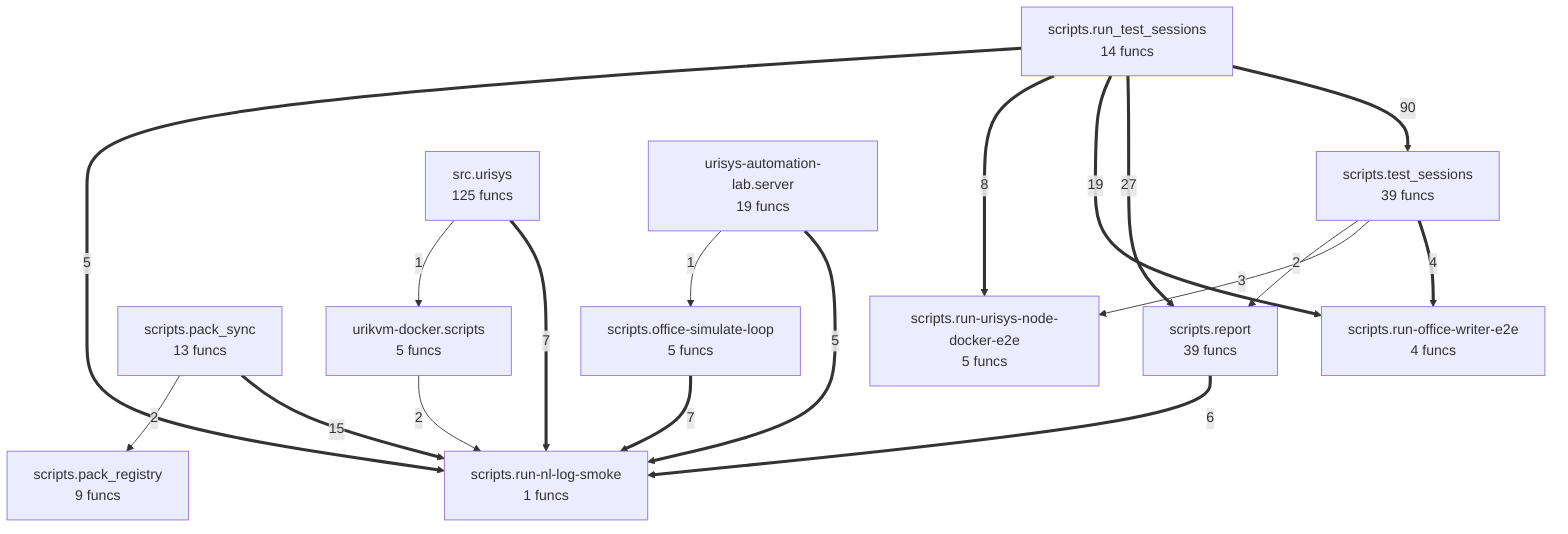
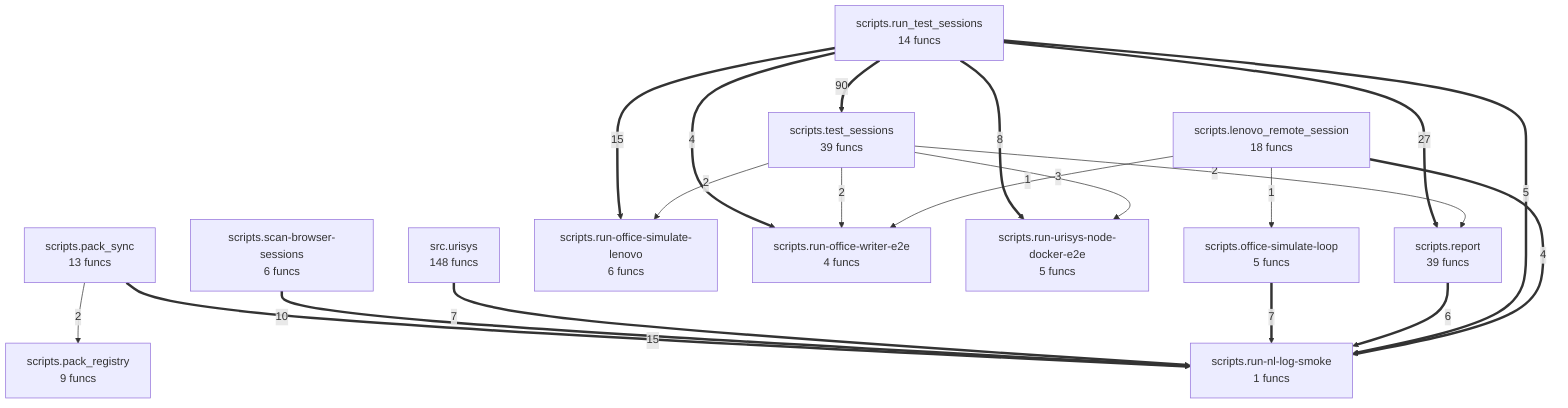
flowchart TD
%% generated in 0.01s
+     scripts__lenovo_remote_session["scripts.lenovo_remote_session<br/>18 funcs"]
    scripts__office_simulate_loop["scripts.office-simulate-loop<br/>5 funcs"]
    scripts__pack_registry["scripts.pack_registry<br/>9 funcs"]
    scripts__pack_sync["scripts.pack_sync<br/>13 funcs"]
    scripts__report["scripts.report<br/>39 funcs"]
    scripts__run_nl_log_smoke["scripts.run-nl-log-smoke<br/>1 funcs"]
+     scripts__run_office_simulate_lenovo["scripts.run-office-simulate-lenovo<br/>6 funcs"]
    scripts__run_office_writer_e2e["scripts.run-office-writer-e2e<br/>4 funcs"]
    scripts__run_urisys_node_docker_e2e["scripts.run-urisys-node-docker-e2e<br/>5 funcs"]
    scripts__run_test_sessions["scripts.run_test_sessions<br/>14 funcs"]
+     scripts__scan_browser_sessions["scripts.scan-browser-sessions<br/>6 funcs"]
    scripts__test_sessions["scripts.test_sessions<br/>39 funcs"]
-     src__urisys["src.urisys<br/>125 funcs"]
-     urikvm_docker__scripts["urikvm-docker.scripts<br/>5 funcs"]
-     urisys_automation_lab__server["urisys-automation-lab.server<br/>19 funcs"]
+     src__urisys["src.urisys<br/>148 funcs"]
    scripts__run_test_sessions ==>|90| scripts__test_sessions
    scripts__run_test_sessions ==>|27| scripts__report
-     scripts__run_test_sessions ==>|19| scripts__run_office_writer_e2e
    scripts__pack_sync ==>|15| scripts__run_nl_log_smoke
+     scripts__run_test_sessions ==>|15| scripts__run_office_simulate_lenovo
+     scripts__scan_browser_sessions ==>|10| scripts__run_nl_log_smoke
    scripts__run_test_sessions ==>|8| scripts__run_urisys_node_docker_e2e
    src__urisys ==>|7| scripts__run_nl_log_smoke
    scripts__office_simulate_loop ==>|7| scripts__run_nl_log_smoke
    scripts__report ==>|6| scripts__run_nl_log_smoke
    scripts__run_test_sessions ==>|5| scripts__run_nl_log_smoke
-     urisys_automation_lab__server ==>|5| scripts__run_nl_log_smoke
-     scripts__test_sessions ==>|4| scripts__run_office_writer_e2e
+     scripts__run_test_sessions ==>|4| scripts__run_office_writer_e2e
+     scripts__lenovo_remote_session ==>|4| scripts__run_nl_log_smoke
    scripts__test_sessions -->|3| scripts__run_urisys_node_docker_e2e
+     scripts__test_sessions -->|2| scripts__run_office_simulate_lenovo
+     scripts__test_sessions -->|2| scripts__report
+     scripts__test_sessions -->|2| scripts__run_office_writer_e2e
    scripts__pack_sync -->|2| scripts__pack_registry
-     scripts__test_sessions -->|2| scripts__report
-     urikvm_docker__scripts -->|2| scripts__run_nl_log_smoke
-     src__urisys -->|1| urikvm_docker__scripts
-     urisys_automation_lab__server -->|1| scripts__office_simulate_loop
+     scripts__lenovo_remote_session -->|1| scripts__office_simulate_loop
+     scripts__lenovo_remote_session -->|1| scripts__run_office_writer_e2e
